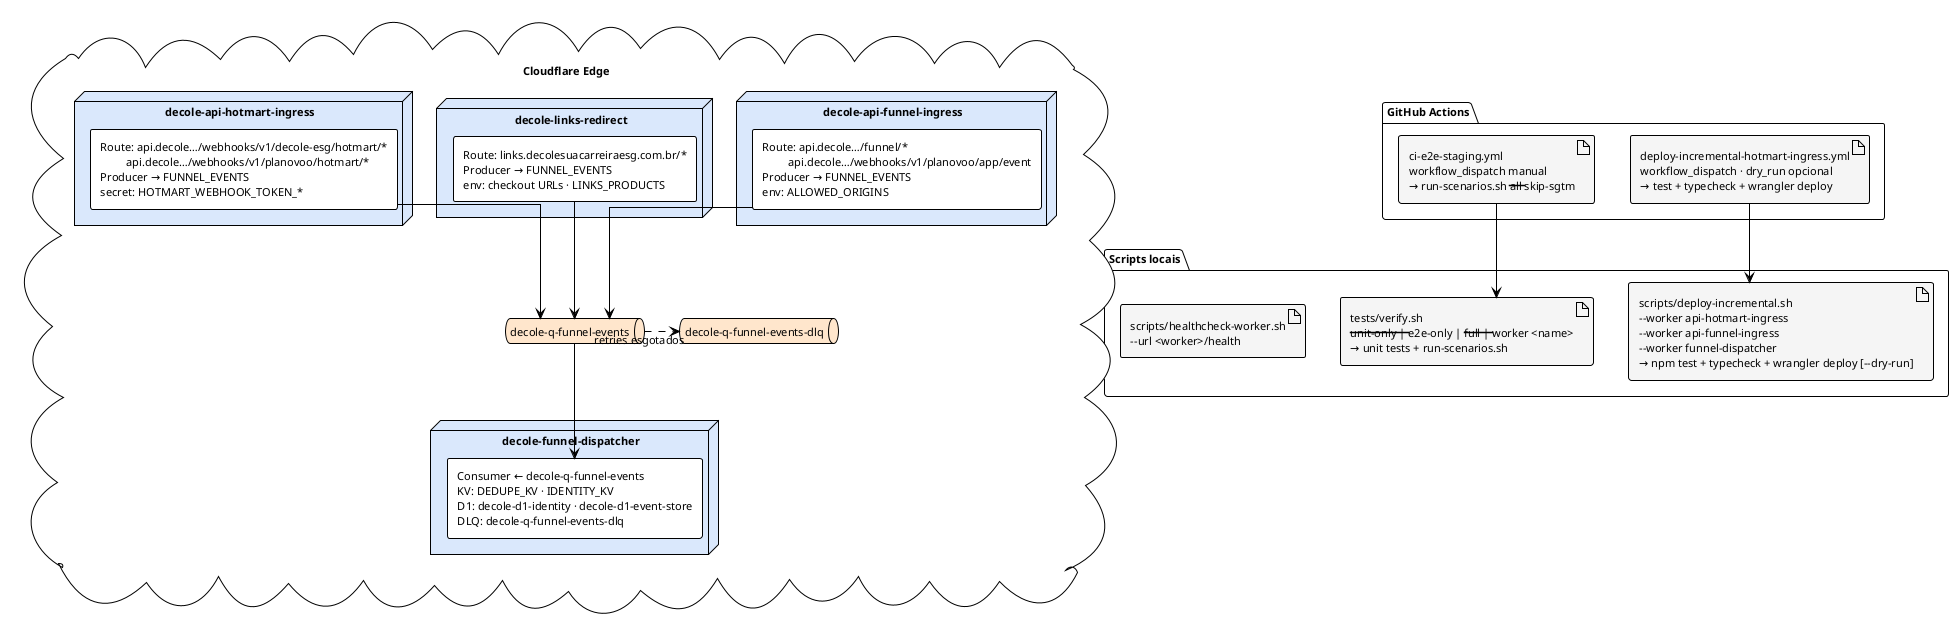
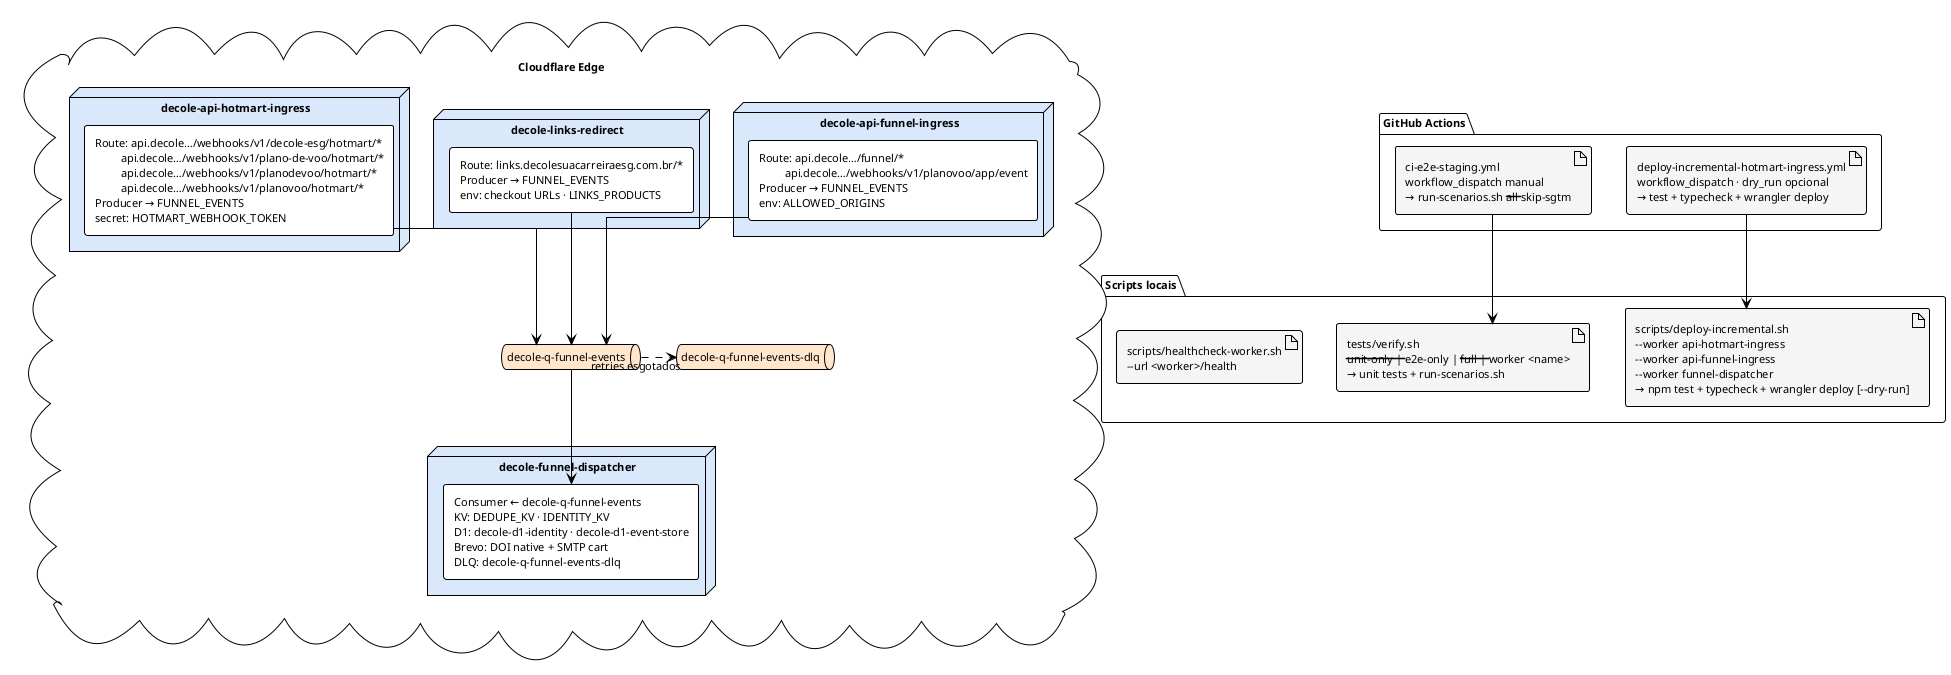
@startuml deployment-infra
!theme plain
skinparam linetype ortho
skinparam backgroundColor #FFFFFF
skinparam defaultFontSize 11
skinparam componentStyle rectangle
skinparam nodeBackgroundColor #DAE8FC
skinparam artifactBackgroundColor #F5F5F5
skinparam queueBackgroundColor #FFE6CC
skinparam databaseBackgroundColor #DAE8FC
skinparam storageBackgroundColor #D5E8D4

package "GitHub Actions" as GHA {
  artifact "deploy-incremental-hotmart-ingress.yml\nworkflow_dispatch · dry_run opcional\n→ test + typecheck + wrangler deploy" as WF1
  artifact "ci-e2e-staging.yml\nworkflow_dispatch manual\n→ run-scenarios.sh --all --skip-sgtm" as WF2
}

package "Scripts locais" as Scripts {
  artifact "scripts/deploy-incremental.sh\n--worker api-hotmart-ingress\n--worker api-funnel-ingress\n--worker funnel-dispatcher\n→ npm test + typecheck + wrangler deploy [--dry-run]" as S1
  artifact "tests/verify.sh\n--unit-only | --e2e-only | --full | --worker <name>\n→ unit tests + run-scenarios.sh" as S2
  artifact "scripts/healthcheck-worker.sh\n--url <worker>/health" as S3
}

WF1 -down-> S1
WF2 -down-> S2

cloud "Cloudflare Edge" as CF {

  node "decole-api-funnel-ingress" as W_FI {
    component "Route: api.decole…/funnel/*\n         api.decole…/webhooks/v1/planovoo/app/event\nProducer → FUNNEL_EVENTS\nenv: ALLOWED_ORIGINS" as FI_C
  }

  node "decole-links-redirect" as W_LR {
    component "Route: links.decolesuacarreiraesg.com.br/*\nProducer → FUNNEL_EVENTS\nenv: checkout URLs · LINKS_PRODUCTS" as LR_C
  }

  node "decole-api-hotmart-ingress" as W_HI {
-     component "Route: api.decole…/webhooks/v1/decole-esg/hotmart/*\n         api.decole…/webhooks/v1/planovoo/hotmart/*\nProducer → FUNNEL_EVENTS\nsecret: HOTMART_WEBHOOK_TOKEN_*" as HI_C
+     component "Route: api.decole…/webhooks/v1/decole-esg/hotmart/*\n         api.decole…/webhooks/v1/plano-de-voo/hotmart/*\n         api.decole…/webhooks/v1/planodevoo/hotmart/*\n         api.decole…/webhooks/v1/planovoo/hotmart/*\nProducer → FUNNEL_EVENTS\nsecret: HOTMART_WEBHOOK_TOKEN" as HI_C
  }

  node "decole-funnel-dispatcher" as W_FD {
-     component "Consumer ← decole-q-funnel-events\nKV: DEDUPE_KV · IDENTITY_KV\nD1: decole-d1-identity · decole-d1-event-store\nDLQ: decole-q-funnel-events-dlq" as FD_C
+     component "Consumer ← decole-q-funnel-events\nKV: DEDUPE_KV · IDENTITY_KV\nD1: decole-d1-identity · decole-d1-event-store\nBrevo: DOI native + SMTP cart\nDLQ: decole-q-funnel-events-dlq" as FD_C
  }

  queue "decole-q-funnel-events" as Q_MAIN
  queue "decole-q-funnel-events-dlq" as Q_DLQ

  FI_C -down-> Q_MAIN
  LR_C -down-> Q_MAIN
  HI_C -down-> Q_MAIN
  Q_MAIN -down-> FD_C
  Q_MAIN .right.> Q_DLQ : retries esgotados
}

@enduml
